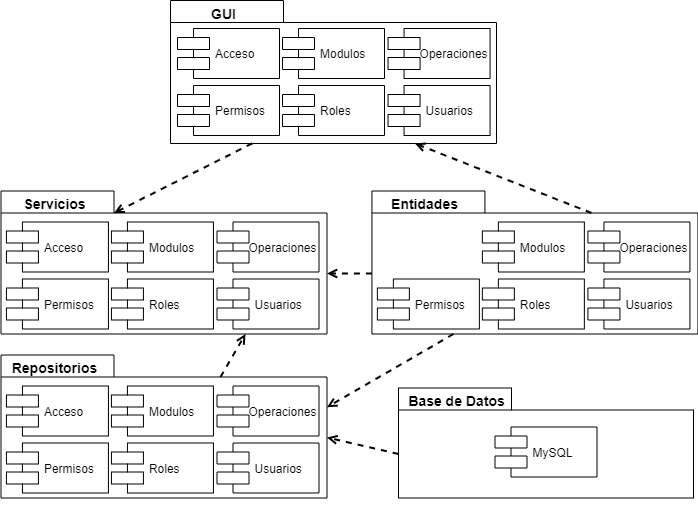
FernandoCalmet/java-login-layered-skeletor keeps this draw.io diagram as diagramas/Diagrama-Componentes.png. Above is the earlier version. Source tidied: cells renumbered, new cells last; positions are measured from the earlier drawing's top-left corner, leaving out a move shared by most shapes.
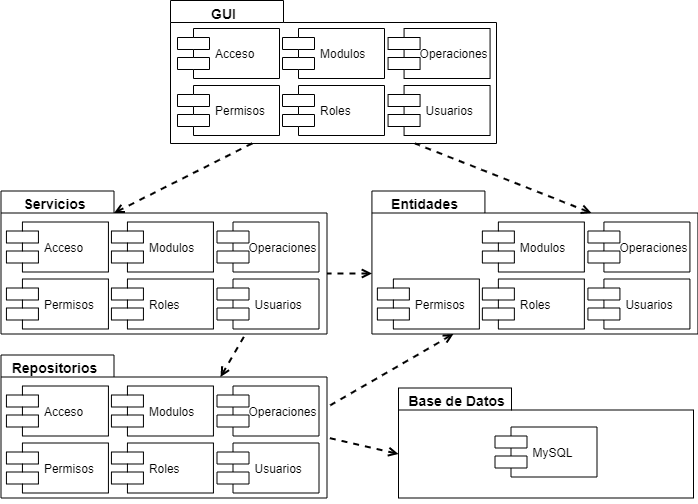
After the commit.

The edit, as a diff of the source:
```diff
@@ -68,7 +68,7 @@
     <mxCell id="23" value="Usuarios" style="shape=component;align=left;spacingLeft=36;" parent="1" vertex="1">
       <mxGeometry x="587.4" y="278.5" width="102" height="50" as="geometry" />
     </mxCell>
-    <mxCell id="24" style="edgeStyle=none;rounded=0;jettySize=auto;html=1;dashed=1;startArrow=none;startFill=0;endArrow=open;endFill=0;fontSize=10;entryX=0.75;entryY=1;entryDx=0;entryDy=0;entryPerimeter=0;exitX=0;exitY=0;exitDx=219.5;exitDy=22;exitPerimeter=0;strokeWidth=2;" parent="1" edge="1" source="18" target="3">
+    <mxCell id="24" style="edgeStyle=none;rounded=0;jettySize=auto;html=1;dashed=1;startArrow=open;startFill=0;endArrow=none;endFill=0;fontSize=10;entryX=0.75;entryY=1;entryDx=0;entryDy=0;entryPerimeter=0;exitX=0;exitY=0;exitDx=219.5;exitDy=22;exitPerimeter=0;strokeWidth=2;" parent="1" edge="1" source="18" target="3">
       <mxGeometry relative="1" as="geometry" />
     </mxCell>
     <mxCell id="25" value="Repositorios&lt;br&gt;&lt;br&gt;&lt;br&gt;&lt;br&gt;&lt;br&gt;&lt;br&gt;&lt;br&gt;&lt;br&gt;&lt;br&gt;" style="shape=folder;fontStyle=1;spacingTop=10;tabWidth=113;tabHeight=22;tabPosition=left;html=1;fontSize=14;labelPosition=center;verticalLabelPosition=middle;align=center;verticalAlign=middle;fontFamily=Helvetica;spacingLeft=0;spacingRight=220;" parent="1" vertex="1">
@@ -95,16 +95,16 @@
     <mxCell id="32" style="edgeStyle=none;rounded=0;jettySize=auto;html=1;dashed=1;startArrow=none;startFill=0;endArrow=open;endFill=0;fontSize=10;entryX=0;entryY=0;entryDx=113;entryDy=22;entryPerimeter=0;strokeWidth=2;exitX=0.25;exitY=1;exitDx=0;exitDy=0;exitPerimeter=0;" parent="1" edge="1" source="3" target="11">
       <mxGeometry relative="1" as="geometry" />
     </mxCell>
-    <mxCell id="33" style="edgeStyle=none;rounded=0;jettySize=auto;html=1;dashed=1;startArrow=none;startFill=0;endArrow=open;endFill=0;fontSize=10;entryX=0;entryY=0;entryDx=326;entryDy=82.5;entryPerimeter=0;exitX=0;exitY=0;exitDx=0;exitDy=66;exitPerimeter=0;strokeWidth=2;" parent="1" edge="1" source="2" target="25">
+    <mxCell id="33" style="edgeStyle=none;rounded=0;jettySize=auto;html=1;dashed=1;startArrow=open;startFill=0;endArrow=none;endFill=0;fontSize=10;entryX=0;entryY=0;entryDx=326;entryDy=82.5;entryPerimeter=0;exitX=0;exitY=0;exitDx=0;exitDy=66;exitPerimeter=0;strokeWidth=2;" parent="1" edge="1" source="2" target="25">
       <mxGeometry relative="1" as="geometry" />
     </mxCell>
-    <mxCell id="34" style="edgeStyle=none;rounded=0;jettySize=auto;html=1;dashed=1;startArrow=none;startFill=0;endArrow=open;endFill=0;fontSize=10;entryX=0;entryY=0;entryDx=326;entryDy=82.5;entryPerimeter=0;exitX=0;exitY=0;exitDx=0;exitDy=82.5;exitPerimeter=0;strokeWidth=2;" parent="1" edge="1" source="18" target="11">
+    <mxCell id="34" style="edgeStyle=none;rounded=0;jettySize=auto;html=1;dashed=1;startArrow=open;startFill=0;endArrow=none;endFill=0;fontSize=10;entryX=0;entryY=0;entryDx=326;entryDy=82.5;entryPerimeter=0;exitX=0;exitY=0;exitDx=0;exitDy=82.5;exitPerimeter=0;strokeWidth=2;" parent="1" edge="1" source="18" target="11">
       <mxGeometry relative="1" as="geometry" />
     </mxCell>
-    <mxCell id="35" style="edgeStyle=none;rounded=0;jettySize=auto;html=1;dashed=1;startArrow=none;startFill=0;endArrow=open;endFill=0;fontSize=10;entryX=0;entryY=0;entryDx=326;entryDy=52.25;entryPerimeter=0;exitX=0.25;exitY=1;exitDx=0;exitDy=0;exitPerimeter=0;strokeWidth=2;" parent="1" edge="1" source="18" target="25">
+    <mxCell id="35" style="edgeStyle=none;rounded=0;jettySize=auto;html=1;dashed=1;startArrow=open;startFill=0;endArrow=none;endFill=0;fontSize=10;entryX=0;entryY=0;entryDx=326;entryDy=52.25;entryPerimeter=0;exitX=0.25;exitY=1;exitDx=0;exitDy=0;exitPerimeter=0;strokeWidth=2;" parent="1" edge="1" source="18" target="25">
       <mxGeometry relative="1" as="geometry" />
     </mxCell>
-    <mxCell id="36" style="edgeStyle=none;rounded=0;jettySize=auto;html=1;dashed=1;startArrow=none;startFill=0;endArrow=open;endFill=0;fontSize=10;entryX=0.75;entryY=1;entryDx=0;entryDy=0;entryPerimeter=0;exitX=0;exitY=0;exitDx=219.5;exitDy=22;exitPerimeter=0;strokeWidth=2;" parent="1" edge="1" source="25" target="11">
+    <mxCell id="36" style="edgeStyle=none;rounded=0;jettySize=auto;html=1;dashed=1;startArrow=open;startFill=0;endArrow=none;endFill=0;fontSize=10;entryX=0.75;entryY=1;entryDx=0;entryDy=0;entryPerimeter=0;exitX=0;exitY=0;exitDx=219.5;exitDy=22;exitPerimeter=0;strokeWidth=2;" parent="1" edge="1" source="25" target="11">
       <mxGeometry relative="1" as="geometry" />
     </mxCell>
   </root>
```
